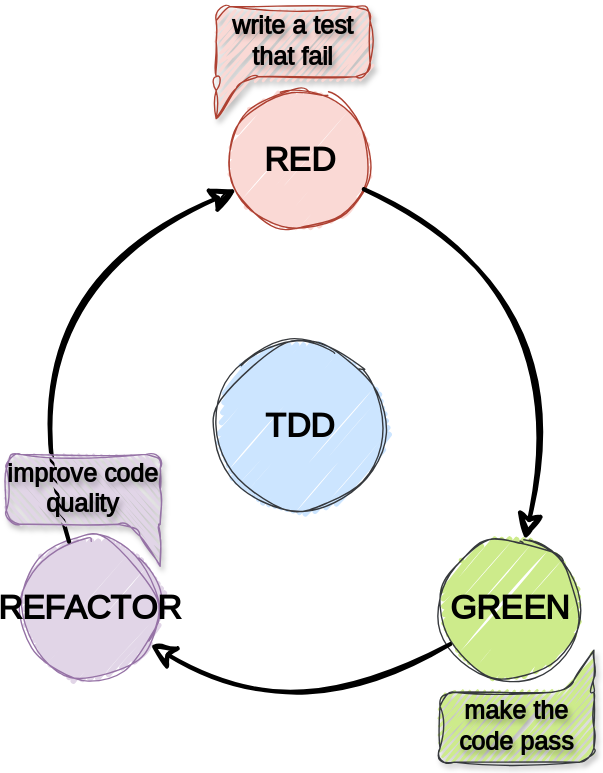
Earlier version of the draw.io export slides/figures/tdd.drawio.svg (pintergreg/software-engineering). Source tidied: cells renumbered, new cells last; positions are measured from the earlier drawing's top-left corner, leaving out a move shared by most shapes. The source it was exported from:
```xml
<mxGraphModel>
  <root>
    <mxCell id="0" />
    <mxCell id="1" parent="0" />
    <mxCell id="2" value="REFACTOR" style="ellipse;whiteSpace=wrap;html=1;fillColor=#e1d5e7;strokeColor=#9673a6;fontFamily=Delicious Handrawn;fontSource=https%3A%2F%2Ffonts.googleapis.com%2Fcss%3Ffamily%3DDelicious%2BHandrawn;fontSize=24;sketch=1;curveFitting=1;jiggle=2;fillWeight=4;fontStyle=1;" parent="1" vertex="1">
      <mxGeometry x="20" y="380" width="100" height="100" as="geometry" />
    </mxCell>
    <mxCell id="3" value="GREEN" style="ellipse;whiteSpace=wrap;html=1;fillColor=#cdeb8b;strokeColor=#36393d;fontFamily=Delicious Handrawn;fontSource=https%3A%2F%2Ffonts.googleapis.com%2Fcss%3Ffamily%3DDelicious%2BHandrawn;fontSize=24;sketch=1;curveFitting=1;jiggle=2;fillWeight=4;fontStyle=1;textShadow=0;" parent="1" vertex="1">
      <mxGeometry x="320" y="380" width="100" height="100" as="geometry" />
    </mxCell>
    <mxCell id="4" value="RED" style="ellipse;whiteSpace=wrap;html=1;fillColor=#fad9d5;strokeColor=#ae4132;fontFamily=Delicious Handrawn;fontSource=https%3A%2F%2Ffonts.googleapis.com%2Fcss%3Ffamily%3DDelicious%2BHandrawn;fontSize=24;sketch=1;curveFitting=1;jiggle=2;fillWeight=4;fontStyle=1;" parent="1" vertex="1">
      <mxGeometry x="170" y="60" width="100" height="100" as="geometry" />
    </mxCell>
    <mxCell id="5" value="TDD" style="ellipse;whiteSpace=wrap;html=1;fillColor=#cce5ff;strokeColor=#36393d;fontFamily=Delicious Handrawn;fontSource=https%3A%2F%2Ffonts.googleapis.com%2Fcss%3Ffamily%3DDelicious%2BHandrawn;fontSize=24;sketch=1;curveFitting=1;jiggle=2;fillWeight=4;fontStyle=1;" parent="1" vertex="1">
      <mxGeometry x="160" y="240" width="120" height="120" as="geometry" />
    </mxCell>
    <mxCell id="6" style="curved=1;endArrow=classic;html=1;rounded=0;strokeWidth=3;sketch=1;curveFitting=1;jiggle=2;endSize=12;" parent="1" edge="1" source="2" target="4">
      <mxGeometry relative="1" as="geometry">
        <Array as="points">
          <mxPoint y="210" />
        </Array>
      </mxGeometry>
    </mxCell>
    <mxCell id="7" style="curved=1;endArrow=classic;html=1;rounded=0;strokeWidth=3;sketch=1;curveFitting=1;jiggle=2;endSize=12;" parent="1" edge="1" source="4" target="3">
      <mxGeometry relative="1" as="geometry">
        <Array as="points">
          <mxPoint x="420" y="200" />
        </Array>
      </mxGeometry>
    </mxCell>
    <mxCell id="8" style="curved=1;endArrow=classic;html=1;rounded=0;strokeWidth=3;sketch=1;curveFitting=1;jiggle=2;endSize=12;" parent="1" edge="1" source="3" target="2">
      <mxGeometry relative="1" as="geometry">
        <Array as="points">
          <mxPoint x="220" y="520" />
        </Array>
      </mxGeometry>
    </mxCell>
    <mxCell id="9" value="&lt;div&gt;make the&lt;/div&gt;&lt;div&gt;code pass&lt;/div&gt;" style="shape=callout;whiteSpace=wrap;html=1;perimeter=calloutPerimeter;rounded=1;base=20;size=30;position=0;rotation=0;position2=0;horizontal=1;flipV=1;flipH=1;sketch=1;curveFitting=1;jiggle=2;fillColor=#cdeb8b;strokeColor=#36393d;fontFamily=Delicious Handrawn;fontSource=https%3A%2F%2Ffonts.googleapis.com%2Fcss%3Ffamily%3DDelicious%2BHandrawn;fontSize=18;fillWeight=2;fontStyle=1;textShadow=1;shadow=1;" parent="1" vertex="1">
      <mxGeometry x="320" y="460" width="110" height="80" as="geometry" />
    </mxCell>
    <mxCell id="10" value="improve code quality" style="shape=callout;whiteSpace=wrap;html=1;perimeter=calloutPerimeter;rounded=1;base=20;size=30;position=0;rotation=0;position2=0;horizontal=1;flipV=0;flipH=1;sketch=1;curveFitting=1;jiggle=2;fillColor=#e1d5e7;strokeColor=#9673a6;fontFamily=Delicious Handrawn;fontSource=https%3A%2F%2Ffonts.googleapis.com%2Fcss%3Ffamily%3DDelicious%2BHandrawn;fontSize=18;fillWeight=2;fontStyle=1;textShadow=1;shadow=1;" parent="1" vertex="1">
      <mxGeometry x="10" y="320" width="110" height="80" as="geometry" />
    </mxCell>
    <mxCell id="11" value="write a test that fail" style="shape=callout;whiteSpace=wrap;html=1;perimeter=calloutPerimeter;rounded=1;base=20;size=30;position=0;rotation=0;position2=0;horizontal=1;flipV=0;flipH=0;fillColor=#fad9d5;strokeColor=#ae4132;fontFamily=Delicious Handrawn;fontSource=https%3A%2F%2Ffonts.googleapis.com%2Fcss%3Ffamily%3DDelicious%2BHandrawn;fontSize=18;fillWeight=2;sketch=1;curveFitting=1;jiggle=2;fontStyle=1;labelBackgroundColor=none;labelBorderColor=none;textShadow=1;shadow=1;" parent="1" vertex="1">
      <mxGeometry x="160" width="110" height="80" as="geometry" />
    </mxCell>
  </root>
</mxGraphModel>
```
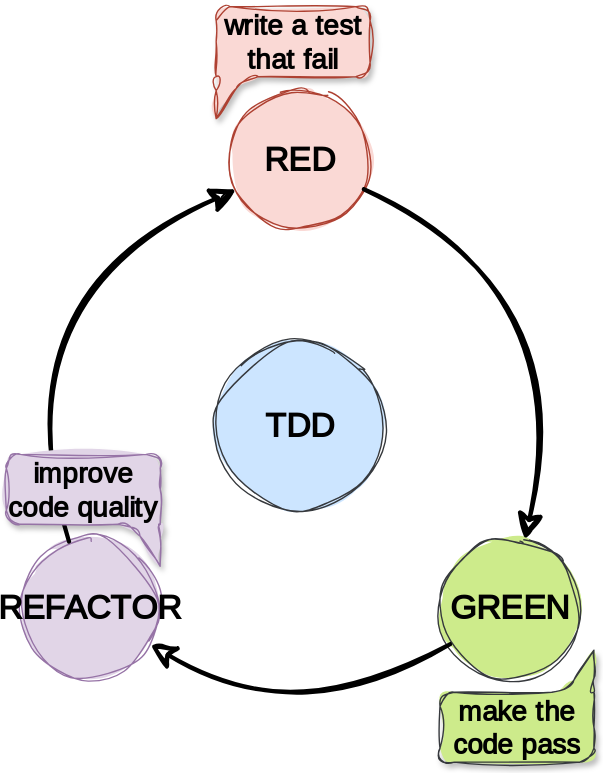
The same file after the commit.

What changed in the source:
```diff
@@ -2,16 +2,16 @@
   <root>
     <mxCell id="0" />
     <mxCell id="1" parent="0" />
-    <mxCell id="2" value="REFACTOR" style="ellipse;whiteSpace=wrap;html=1;fillColor=#e1d5e7;strokeColor=#9673a6;fontFamily=Delicious Handrawn;fontSource=https%3A%2F%2Ffonts.googleapis.com%2Fcss%3Ffamily%3DDelicious%2BHandrawn;fontSize=24;sketch=1;curveFitting=1;jiggle=2;fillWeight=4;fontStyle=1;" parent="1" vertex="1">
+    <mxCell id="2" value="REFACTOR" style="ellipse;whiteSpace=wrap;html=1;fillColor=#e1d5e7;strokeColor=#9673a6;fontFamily=Delicious Handrawn;fontSource=https%3A%2F%2Ffonts.googleapis.com%2Fcss%3Ffamily%3DDelicious%2BHandrawn;fontSize=24;sketch=1;curveFitting=1;jiggle=2;fillWeight=4;fontStyle=1;fillStyle=solid;" parent="1" vertex="1">
       <mxGeometry x="20" y="380" width="100" height="100" as="geometry" />
     </mxCell>
-    <mxCell id="3" value="GREEN" style="ellipse;whiteSpace=wrap;html=1;fillColor=#cdeb8b;strokeColor=#36393d;fontFamily=Delicious Handrawn;fontSource=https%3A%2F%2Ffonts.googleapis.com%2Fcss%3Ffamily%3DDelicious%2BHandrawn;fontSize=24;sketch=1;curveFitting=1;jiggle=2;fillWeight=4;fontStyle=1;textShadow=0;" parent="1" vertex="1">
+    <mxCell id="3" value="GREEN" style="ellipse;whiteSpace=wrap;html=1;fillColor=#cdeb8b;strokeColor=#36393d;fontFamily=Delicious Handrawn;fontSource=https%3A%2F%2Ffonts.googleapis.com%2Fcss%3Ffamily%3DDelicious%2BHandrawn;fontSize=24;sketch=1;curveFitting=1;jiggle=2;fillWeight=4;fontStyle=1;textShadow=0;fillStyle=solid;" parent="1" vertex="1">
       <mxGeometry x="320" y="380" width="100" height="100" as="geometry" />
     </mxCell>
-    <mxCell id="4" value="RED" style="ellipse;whiteSpace=wrap;html=1;fillColor=#fad9d5;strokeColor=#ae4132;fontFamily=Delicious Handrawn;fontSource=https%3A%2F%2Ffonts.googleapis.com%2Fcss%3Ffamily%3DDelicious%2BHandrawn;fontSize=24;sketch=1;curveFitting=1;jiggle=2;fillWeight=4;fontStyle=1;" parent="1" vertex="1">
+    <mxCell id="4" value="RED" style="ellipse;whiteSpace=wrap;html=1;fillColor=#fad9d5;strokeColor=#ae4132;fontFamily=Delicious Handrawn;fontSource=https%3A%2F%2Ffonts.googleapis.com%2Fcss%3Ffamily%3DDelicious%2BHandrawn;fontSize=24;sketch=1;curveFitting=1;jiggle=2;fillWeight=4;fontStyle=1;fillStyle=solid;" parent="1" vertex="1">
       <mxGeometry x="170" y="60" width="100" height="100" as="geometry" />
     </mxCell>
-    <mxCell id="5" value="TDD" style="ellipse;whiteSpace=wrap;html=1;fillColor=#cce5ff;strokeColor=#36393d;fontFamily=Delicious Handrawn;fontSource=https%3A%2F%2Ffonts.googleapis.com%2Fcss%3Ffamily%3DDelicious%2BHandrawn;fontSize=24;sketch=1;curveFitting=1;jiggle=2;fillWeight=4;fontStyle=1;" parent="1" vertex="1">
+    <mxCell id="5" value="TDD" style="ellipse;whiteSpace=wrap;html=1;fillColor=#cce5ff;strokeColor=#36393d;fontFamily=Delicious Handrawn;fontSource=https%3A%2F%2Ffonts.googleapis.com%2Fcss%3Ffamily%3DDelicious%2BHandrawn;fontSize=24;sketch=1;curveFitting=1;jiggle=2;fillWeight=4;fontStyle=1;fillStyle=solid;" parent="1" vertex="1">
       <mxGeometry x="160" y="240" width="120" height="120" as="geometry" />
     </mxCell>
     <mxCell id="6" style="curved=1;endArrow=classic;html=1;rounded=0;strokeWidth=3;sketch=1;curveFitting=1;jiggle=2;endSize=12;" parent="1" edge="1" source="2" target="4">
@@ -35,13 +35,13 @@
         </Array>
       </mxGeometry>
     </mxCell>
-    <mxCell id="9" value="&lt;div&gt;make the&lt;/div&gt;&lt;div&gt;code pass&lt;/div&gt;" style="shape=callout;whiteSpace=wrap;html=1;perimeter=calloutPerimeter;rounded=1;base=20;size=30;position=0;rotation=0;position2=0;horizontal=1;flipV=1;flipH=1;sketch=1;curveFitting=1;jiggle=2;fillColor=#cdeb8b;strokeColor=#36393d;fontFamily=Delicious Handrawn;fontSource=https%3A%2F%2Ffonts.googleapis.com%2Fcss%3Ffamily%3DDelicious%2BHandrawn;fontSize=18;fillWeight=2;fontStyle=1;textShadow=1;shadow=1;" parent="1" vertex="1">
+    <mxCell id="9" value="&lt;div style=&quot;font-size: 20px;&quot;&gt;make the&lt;/div&gt;&lt;div style=&quot;font-size: 20px;&quot;&gt;code pass&lt;/div&gt;" style="shape=callout;whiteSpace=wrap;html=1;perimeter=calloutPerimeter;rounded=1;base=20;size=30;position=0;rotation=0;position2=0;horizontal=1;flipV=1;flipH=1;sketch=1;curveFitting=1;jiggle=2;fillColor=#cdeb8b;strokeColor=#36393d;fontFamily=Delicious Handrawn;fontSource=https%3A%2F%2Ffonts.googleapis.com%2Fcss%3Ffamily%3DDelicious%2BHandrawn;fontSize=20;fillWeight=2;fontStyle=1;textShadow=0;shadow=1;fillStyle=solid;" parent="1" vertex="1">
       <mxGeometry x="320" y="460" width="110" height="80" as="geometry" />
     </mxCell>
-    <mxCell id="10" value="improve code quality" style="shape=callout;whiteSpace=wrap;html=1;perimeter=calloutPerimeter;rounded=1;base=20;size=30;position=0;rotation=0;position2=0;horizontal=1;flipV=0;flipH=1;sketch=1;curveFitting=1;jiggle=2;fillColor=#e1d5e7;strokeColor=#9673a6;fontFamily=Delicious Handrawn;fontSource=https%3A%2F%2Ffonts.googleapis.com%2Fcss%3Ffamily%3DDelicious%2BHandrawn;fontSize=18;fillWeight=2;fontStyle=1;textShadow=1;shadow=1;" parent="1" vertex="1">
+    <mxCell id="10" value="improve code quality" style="shape=callout;whiteSpace=wrap;html=1;perimeter=calloutPerimeter;rounded=1;base=20;size=30;position=0;rotation=0;position2=0;horizontal=1;flipV=0;flipH=1;sketch=1;curveFitting=1;jiggle=2;fillColor=#e1d5e7;strokeColor=#9673a6;fontFamily=Delicious Handrawn;fontSource=https%3A%2F%2Ffonts.googleapis.com%2Fcss%3Ffamily%3DDelicious%2BHandrawn;fontSize=20;fillWeight=2;fontStyle=1;textShadow=0;shadow=1;fillStyle=solid;" parent="1" vertex="1">
       <mxGeometry x="10" y="320" width="110" height="80" as="geometry" />
     </mxCell>
-    <mxCell id="11" value="write a test that fail" style="shape=callout;whiteSpace=wrap;html=1;perimeter=calloutPerimeter;rounded=1;base=20;size=30;position=0;rotation=0;position2=0;horizontal=1;flipV=0;flipH=0;fillColor=#fad9d5;strokeColor=#ae4132;fontFamily=Delicious Handrawn;fontSource=https%3A%2F%2Ffonts.googleapis.com%2Fcss%3Ffamily%3DDelicious%2BHandrawn;fontSize=18;fillWeight=2;sketch=1;curveFitting=1;jiggle=2;fontStyle=1;labelBackgroundColor=none;labelBorderColor=none;textShadow=1;shadow=1;" parent="1" vertex="1">
+    <mxCell id="11" value="write a test that fail" style="shape=callout;whiteSpace=wrap;html=1;perimeter=calloutPerimeter;rounded=1;base=20;size=30;position=0;rotation=0;position2=0;horizontal=1;flipV=0;flipH=0;fillColor=#fad9d5;strokeColor=#ae4132;fontFamily=Delicious Handrawn;fontSource=https%3A%2F%2Ffonts.googleapis.com%2Fcss%3Ffamily%3DDelicious%2BHandrawn;fontSize=20;fillWeight=2;sketch=1;curveFitting=1;jiggle=2;fontStyle=1;labelBackgroundColor=none;labelBorderColor=none;textShadow=0;shadow=1;fillStyle=solid;" parent="1" vertex="1">
       <mxGeometry x="160" width="110" height="80" as="geometry" />
     </mxCell>
   </root>
```
